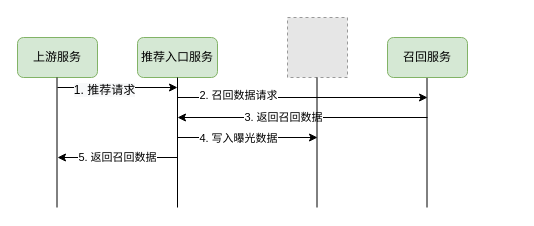
This is current_exposure.drawio from checkking/diagrams, a draw.io file, before an edit. Source tidied: cells renumbered, new cells numbered last; positions are measured from the earlier drawing's top-left corner, leaving out a move shared by most shapes. Both pictures are drawn from the tidied source at 100%, with x=0, y=0 at pixel (17, 17). Pictures stored in the file or linked from it are replaced by grey dashed boxes.
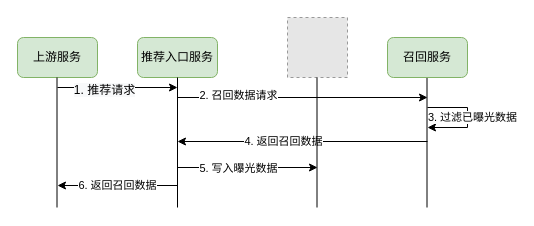
The same diagram, later.

Diff of the diagram source:
```diff
@@
-    <mxCell id="5" style="endArrow=none;html=1;" parent="1" edge="1">
+    <mxCell id="5" style="endArrow=none;html=1;edgeStyle=orthogonalEdgeStyle;" parent="1" edge="1">
       <mxGeometry relative="1" as="geometry">
         <mxPoint x="409.5" y="190" as="sourcePoint" />
         <mxPoint x="409.5" y="60" as="targetPoint" />
       </mxGeometry>
     </mxCell>
@@
     <mxCell id="8" style="endArrow=classic;html=1;" parent="1" edge="1">
       <mxGeometry relative="1" as="geometry">
-        <mxPoint x="410" y="100" as="sourcePoint" />
-        <mxPoint x="160" y="100" as="targetPoint" />
+        <mxPoint x="410" y="124" as="sourcePoint" />
+        <mxPoint x="160" y="124" as="targetPoint" />
       </mxGeometry>
     </mxCell>
-    <mxCell id="9" value="3. 返回召回数据" style="edgeLabel;html=1;align=center;verticalAlign=middle;" parent="8" vertex="1">
+    <mxCell id="9" value="4. 返回召回数据" style="edgeLabel;html=1;align=center;verticalAlign=middle;" parent="8" vertex="1">
       <mxGeometry x="0.16" y="-1" relative="1" as="geometry" />
     </mxCell>
@@
     <mxCell id="16" style="endArrow=classic;html=1;" parent="1" edge="1">
       <mxGeometry relative="1" as="geometry">
-        <mxPoint x="160" y="120" as="sourcePoint" />
-        <mxPoint x="300" y="120" as="targetPoint" />
+        <mxPoint x="160" y="150" as="sourcePoint" />
+        <mxPoint x="300" y="150" as="targetPoint" />
       </mxGeometry>
     </mxCell>
-    <mxCell id="17" value="4. 写入曝光数据" style="edgeLabel;html=1;align=center;verticalAlign=middle;" parent="16" vertex="1">
+    <mxCell id="17" value="5. 写入曝光数据" style="edgeLabel;html=1;align=center;verticalAlign=middle;" parent="16" vertex="1">
       <mxGeometry x="-0.14" relative="1" as="geometry" />
     </mxCell>
-    <mxCell id="18" value="5. 返回召回数据" style="endArrow=classic;html=1;" parent="1" edge="1">
+    <mxCell id="18" value="6. 返回召回数据" style="endArrow=classic;html=1;" parent="1" edge="1">
       <mxGeometry relative="1" as="geometry">
-        <mxPoint x="160" y="140" as="sourcePoint" />
-        <mxPoint x="40" y="140" as="targetPoint" />
+        <mxPoint x="160" y="168" as="sourcePoint" />
+        <mxPoint x="40" y="168" as="targetPoint" />
       </mxGeometry>
     </mxCell>
+    <mxCell id="19" style="endArrow=classic;html=1;edgeStyle=orthogonalEdgeStyle;rounded=0;" parent="1" edge="1">
+      <mxGeometry relative="1" as="geometry">
+        <mxPoint x="410" y="90" as="sourcePoint" />
+        <mxPoint x="410" y="110" as="targetPoint" />
+        <Array as="points">
+          <mxPoint x="450" y="90" />
+          <mxPoint x="450" y="110" />
+        </Array>
+      </mxGeometry>
+    </mxCell>
+    <mxCell id="20" value="3. 过滤已曝光数据" style="edgeLabel;html=1;align=center;verticalAlign=middle;" parent="19" vertex="1">
+      <mxGeometry x="-0.02" y="4" relative="1" as="geometry" />
+    </mxCell>
```
